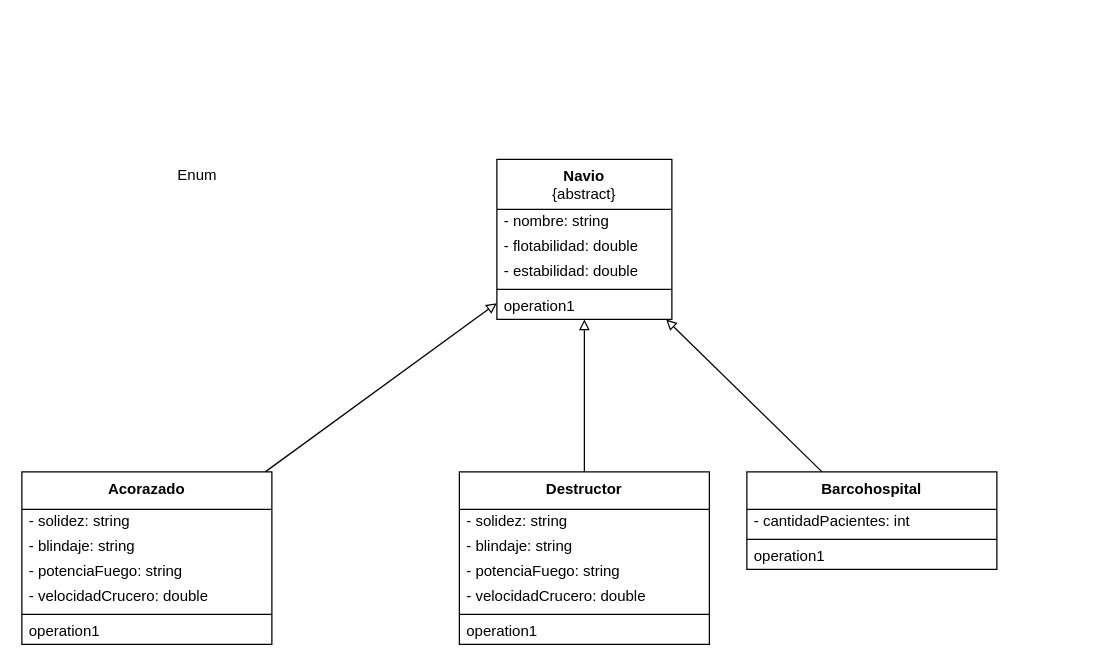
This is src/Guia01/EJ15/01EJ15CS.dio from gastonjavierricchiardi/ejercicios-csharp-utn-2026, a draw.io file, before an edit. Source tidied: cells renumbered, new cells numbered last; positions are measured from the earlier drawing's top-left corner, leaving out a move shared by most shapes. Both pictures are drawn from the tidied source at 125%, with x=0, y=0 at pixel (21, 156).
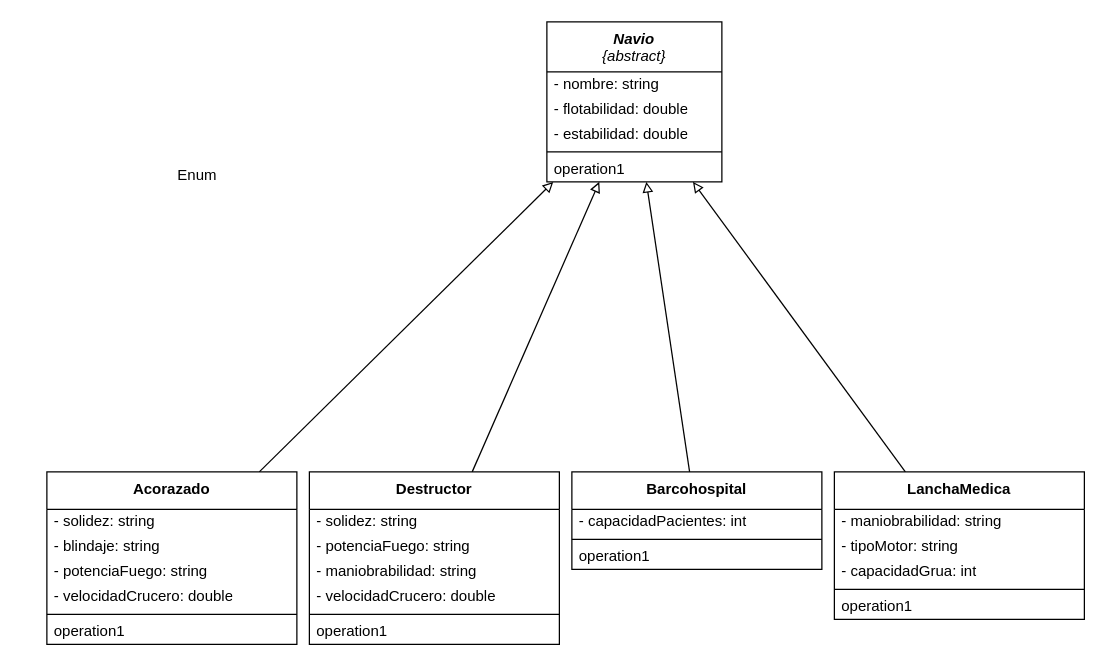
The same page after the edit.

Commit message (it also covers changes not shown here):
Subimos el diagrama

The edit, as a diff of the source:
```diff
@@
-    <mxCell id="2" value="&lt;b&gt;Navio&lt;/b&gt;&lt;br&gt;{abstract}" style="swimlane;fontStyle=0;align=center;verticalAlign=top;horizontal=1;startSize=40;html=1;whiteSpace=wrap;" parent="1" vertex="1">
-      <mxGeometry x="380" y="2" width="140" height="128" as="geometry" />
+    <mxCell id="2" value="&lt;i&gt;&lt;b&gt;Navio&lt;/b&gt;&lt;br&gt;{abstract}&lt;/i&gt;" style="swimlane;fontStyle=0;align=center;verticalAlign=top;horizontal=1;startSize=40;html=1;whiteSpace=wrap;" parent="1" vertex="1">
+      <mxGeometry x="420" y="-108" width="140" height="128" as="geometry" />
     </mxCell>
@@
     <mxCell id="10" value="&lt;b&gt;Acorazado&lt;/b&gt;" style="swimlane;fontStyle=0;align=center;verticalAlign=top;horizontal=1;startSize=30;html=1;whiteSpace=wrap;" parent="1" vertex="1">
-      <mxGeometry y="252" width="200" height="138" as="geometry" />
+      <mxGeometry x="20" y="252" width="200" height="138" as="geometry" />
     </mxCell>
@@
+    <mxCell id="13" value="- blindaje: string" style="text;html=1;strokeColor=none;fillColor=none;align=left;verticalAlign=middle;spacingLeft=4;spacingRight=4;overflow=hidden;whiteSpace=wrap;" parent="10" vertex="1">
+      <mxGeometry y="50" width="200" height="20" as="geometry" />
+    </mxCell>
-    <mxCell id="12" value="- blindaje: string" style="text;html=1;strokeColor=none;fillColor=none;align=left;verticalAlign=middle;spacingLeft=4;spacingRight=4;overflow=hidden;whiteSpace=wrap;" parent="10" vertex="1">
-      <mxGeometry y="50" width="200" height="20" as="geometry" />
+    <mxCell id="12" value="- potenciaFuego: string" style="text;html=1;strokeColor=none;fillColor=none;align=left;verticalAlign=middle;spacingLeft=4;spacingRight=4;overflow=hidden;whiteSpace=wrap;" parent="10" vertex="1">
+      <mxGeometry y="70" width="200" height="20" as="geometry" />
     </mxCell>
-    <mxCell id="13" value="- potenciaFuego: string" style="text;html=1;strokeColor=none;fillColor=none;align=left;verticalAlign=middle;spacingLeft=4;spacingRight=4;overflow=hidden;whiteSpace=wrap;" parent="10" vertex="1">
-      <mxGeometry y="70" width="200" height="20" as="geometry" />
-    </mxCell>
@@
     <mxCell id="18" value="&lt;b&gt;Destructor&lt;/b&gt;" style="swimlane;fontStyle=0;align=center;verticalAlign=top;horizontal=1;startSize=30;html=1;whiteSpace=wrap;" parent="1" vertex="1">
-      <mxGeometry x="350" y="252" width="200" height="138" as="geometry" />
+      <mxGeometry x="230" y="252" width="200" height="138" as="geometry" />
     </mxCell>
@@
+    <mxCell id="21" value="- potenciaFuego: string" style="text;html=1;strokeColor=none;fillColor=none;align=left;verticalAlign=middle;spacingLeft=4;spacingRight=4;overflow=hidden;whiteSpace=wrap;" parent="18" vertex="1">
+      <mxGeometry y="50" width="200" height="20" as="geometry" />
+    </mxCell>
-    <mxCell id="20" value="- blindaje: string" style="text;html=1;strokeColor=none;fillColor=none;align=left;verticalAlign=middle;spacingLeft=4;spacingRight=4;overflow=hidden;whiteSpace=wrap;" parent="18" vertex="1">
-      <mxGeometry y="50" width="200" height="20" as="geometry" />
+    <mxCell id="20" value="- maniobrabilidad: string" style="text;html=1;strokeColor=none;fillColor=none;align=left;verticalAlign=middle;spacingLeft=4;spacingRight=4;overflow=hidden;whiteSpace=wrap;" parent="18" vertex="1">
+      <mxGeometry y="70" width="200" height="20" as="geometry" />
     </mxCell>
-    <mxCell id="21" value="- potenciaFuego: string" style="text;html=1;strokeColor=none;fillColor=none;align=left;verticalAlign=middle;spacingLeft=4;spacingRight=4;overflow=hidden;whiteSpace=wrap;" parent="18" vertex="1">
-      <mxGeometry y="70" width="200" height="20" as="geometry" />
-    </mxCell>
@@
     <mxCell id="26" value="&lt;b&gt;Barcohospital&lt;/b&gt;" style="swimlane;fontStyle=0;align=center;verticalAlign=top;horizontal=1;startSize=30;html=1;whiteSpace=wrap;" parent="1" vertex="1">
-      <mxGeometry x="580" y="252" width="200" height="78" as="geometry" />
+      <mxGeometry x="440" y="252" width="200" height="78" as="geometry" />
     </mxCell>
-    <mxCell id="27" value="- cantidadPacientes: int" style="text;html=1;strokeColor=none;fillColor=none;align=left;verticalAlign=middle;spacingLeft=4;spacingRight=4;overflow=hidden;whiteSpace=wrap;" parent="26" vertex="1">
+    <mxCell id="27" value="- capacidadPacientes: int" style="text;html=1;strokeColor=none;fillColor=none;align=left;verticalAlign=middle;spacingLeft=4;spacingRight=4;overflow=hidden;whiteSpace=wrap;" parent="26" vertex="1">
       <mxGeometry y="30" width="200" height="20" as="geometry" />
     </mxCell>
@@
+    <mxCell id="30" style="edgeStyle=none;html=1;endArrow=block;endFill=0;" parent="1" edge="1" source="31" target="2">
+      <mxGeometry relative="1" as="geometry" />
+    </mxCell>
+    <mxCell id="31" value="&lt;b&gt;LanchaMedica&lt;/b&gt;" style="swimlane;fontStyle=0;align=center;verticalAlign=top;horizontal=1;startSize=30;html=1;whiteSpace=wrap;" parent="1" vertex="1">
+      <mxGeometry x="650" y="252" width="200" height="118" as="geometry" />
+    </mxCell>
+    <mxCell id="32" value="- maniobrabilidad: string" style="text;html=1;strokeColor=none;fillColor=none;align=left;verticalAlign=middle;spacingLeft=4;spacingRight=4;overflow=hidden;whiteSpace=wrap;" parent="31" vertex="1">
+      <mxGeometry y="30" width="200" height="20" as="geometry" />
+    </mxCell>
+    <mxCell id="33" value="- tipoMotor: string" style="text;html=1;strokeColor=none;fillColor=none;align=left;verticalAlign=middle;spacingLeft=4;spacingRight=4;overflow=hidden;whiteSpace=wrap;" parent="31" vertex="1">
+      <mxGeometry y="50" width="200" height="20" as="geometry" />
+    </mxCell>
+    <mxCell id="34" value="- capacidadGrua: int" style="text;html=1;strokeColor=none;fillColor=none;align=left;verticalAlign=middle;spacingLeft=4;spacingRight=4;overflow=hidden;whiteSpace=wrap;" parent="31" vertex="1">
+      <mxGeometry y="70" width="200" height="20" as="geometry" />
+    </mxCell>
+    <mxCell id="35" style="line;strokeWidth=1;fillColor=none;align=left;verticalAlign=middle;spacingTop=-1;spacingLeft=3;spacingRight=3;labelPosition=right;" parent="31" vertex="1">
+      <mxGeometry y="90" width="200" height="8" as="geometry" />
+    </mxCell>
+    <mxCell id="36" value="operation1" style="text;html=1;strokeColor=none;fillColor=none;align=left;verticalAlign=middle;spacingLeft=4;spacingRight=4;overflow=hidden;whiteSpace=wrap;" parent="31" vertex="1">
+      <mxGeometry y="98" width="200" height="20" as="geometry" />
+    </mxCell>
```
